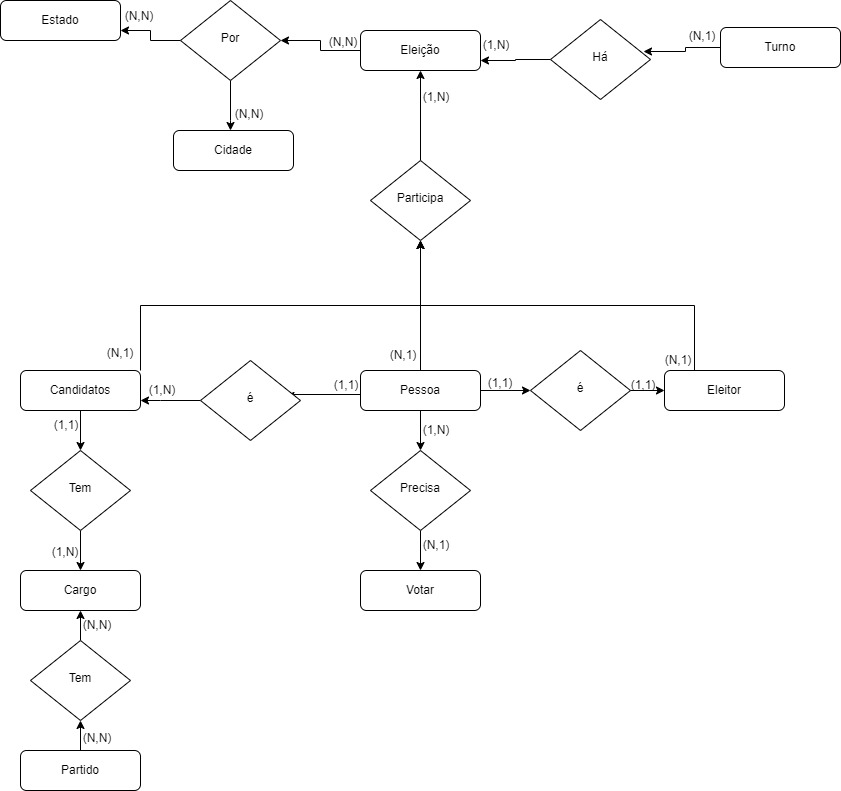
JhayneK/Sistema-Votacao keeps this draw.io diagram as .github/Modelo Conceitual Votação.drawio.png. Above is the earlier version. Source tidied: cells renumbered, new cells last; positions are measured from the earlier drawing's top-left corner, leaving out a move shared by most shapes.
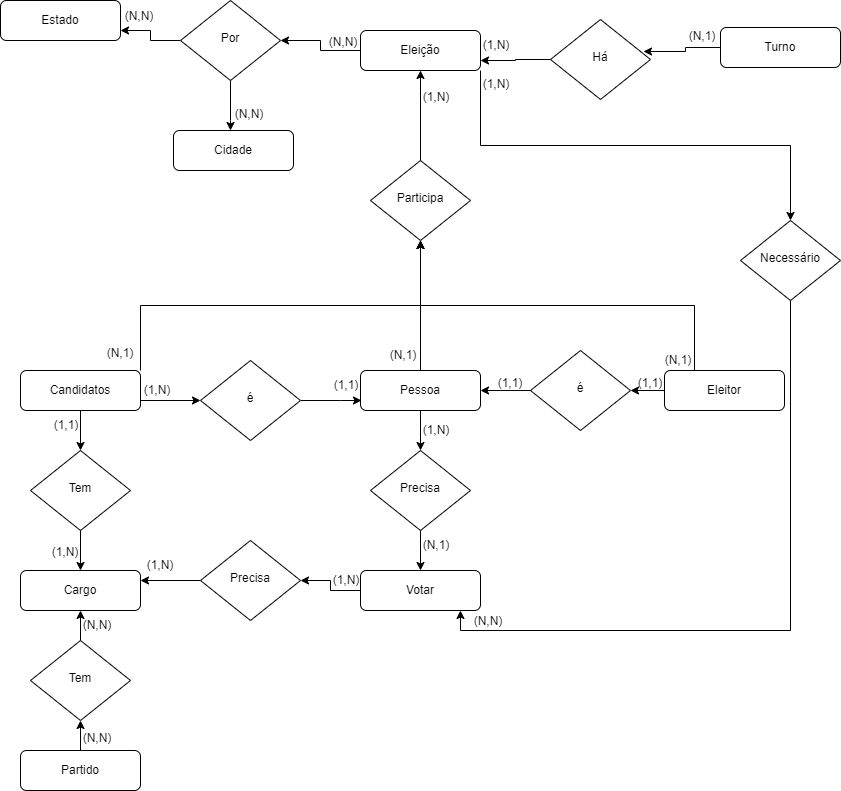
Above is the later version.

What changed in the source:
```diff
@@ -5,17 +5,6 @@
     <mxCell id="2" style="edgeStyle=orthogonalEdgeStyle;rounded=0;jettySize=auto;html=1;exitX=0.5;exitY=1;exitDx=0;exitDy=0;entryX=0.5;entryY=0;entryDx=0;entryDy=0;" parent="1" edge="1" source="6" target="8">
       <mxGeometry relative="1" as="geometry" />
     </mxCell>
-    <mxCell id="3" style="edgeStyle=orthogonalEdgeStyle;rounded=0;jettySize=auto;html=1;exitX=0;exitY=0.5;exitDx=0;exitDy=0;" parent="1" edge="1" source="6">
-      <mxGeometry relative="1" as="geometry">
-        <mxPoint x="290" y="400" as="targetPoint" />
-        <Array as="points">
-          <mxPoint x="360" y="394" />
-        </Array>
-      </mxGeometry>
-    </mxCell>
-    <mxCell id="4" style="edgeStyle=orthogonalEdgeStyle;rounded=0;jettySize=auto;html=1;exitX=1;exitY=0.5;exitDx=0;exitDy=0;" parent="1" edge="1" source="6" target="33">
-      <mxGeometry relative="1" as="geometry" />
-    </mxCell>
     <mxCell id="5" style="edgeStyle=orthogonalEdgeStyle;rounded=0;jettySize=auto;html=1;exitX=0.5;exitY=0;exitDx=0;exitDy=0;" parent="1" edge="1" source="6" target="12">
       <mxGeometry relative="1" as="geometry" />
     </mxCell>
@@ -31,6 +20,9 @@
     <mxCell id="9" style="edgeStyle=orthogonalEdgeStyle;rounded=0;jettySize=auto;html=1;exitX=0.25;exitY=0;exitDx=0;exitDy=0;entryX=0.5;entryY=1;entryDx=0;entryDy=0;" parent="1" edge="1" source="10" target="12">
       <mxGeometry relative="1" as="geometry" />
     </mxCell>
+    <mxCell id="58" style="edgeStyle=orthogonalEdgeStyle;rounded=0;jettySize=auto;html=1;exitX=0;exitY=0.5;exitDx=0;exitDy=0;entryX=1;entryY=0.5;entryDx=0;entryDy=0;" parent="1" edge="1" source="10" target="33">
+      <mxGeometry relative="1" as="geometry" />
+    </mxCell>
     <mxCell id="10" value="Eleitor" style="rounded=1;whiteSpace=wrap;html=1;fontSize=12;glass=0;strokeWidth=1;shadow=0;" parent="1" vertex="1">
       <mxGeometry x="664" y="370" width="120" height="40" as="geometry" />
     </mxCell>
@@ -52,6 +44,9 @@
     <mxCell id="16" style="edgeStyle=orthogonalEdgeStyle;rounded=0;jettySize=auto;html=1;exitX=1;exitY=0;exitDx=0;exitDy=0;" parent="1" edge="1" source="17" target="12">
       <mxGeometry relative="1" as="geometry" />
     </mxCell>
+    <mxCell id="59" style="edgeStyle=orthogonalEdgeStyle;rounded=0;jettySize=auto;html=1;exitX=1;exitY=0.75;exitDx=0;exitDy=0;" parent="1" edge="1" source="17" target="29">
+      <mxGeometry relative="1" as="geometry" />
+    </mxCell>
     <mxCell id="17" value="Candidatos" style="rounded=1;whiteSpace=wrap;html=1;fontSize=12;glass=0;strokeWidth=1;shadow=0;" parent="1" vertex="1">
       <mxGeometry x="20" y="370" width="120" height="40" as="geometry" />
     </mxCell>
@@ -64,9 +59,15 @@
     <mxCell id="20" style="edgeStyle=orthogonalEdgeStyle;rounded=0;jettySize=auto;html=1;exitX=0;exitY=0.5;exitDx=0;exitDy=0;entryX=1;entryY=0.5;entryDx=0;entryDy=0;" parent="1" edge="1" source="21" target="50">
       <mxGeometry relative="1" as="geometry" />
     </mxCell>
+    <mxCell id="60" style="edgeStyle=orthogonalEdgeStyle;rounded=0;jettySize=auto;html=1;exitX=1;exitY=1;exitDx=0;exitDy=0;entryX=0.5;entryY=0;entryDx=0;entryDy=0;" parent="1" edge="1" source="21" target="65">
+      <mxGeometry relative="1" as="geometry" />
+    </mxCell>
     <mxCell id="21" value="Eleição" style="rounded=1;whiteSpace=wrap;html=1;fontSize=12;glass=0;strokeWidth=1;shadow=0;" parent="1" vertex="1">
       <mxGeometry x="360" y="30" width="120" height="40" as="geometry" />
     </mxCell>
+    <mxCell id="61" style="edgeStyle=orthogonalEdgeStyle;rounded=0;jettySize=auto;html=1;exitX=0;exitY=0.5;exitDx=0;exitDy=0;entryX=1;entryY=0.5;entryDx=0;entryDy=0;" parent="1" edge="1" source="22" target="69">
+      <mxGeometry relative="1" as="geometry" />
+    </mxCell>
     <mxCell id="22" value="Votar" style="rounded=1;whiteSpace=wrap;html=1;fontSize=12;glass=0;strokeWidth=1;shadow=0;" parent="1" vertex="1">
       <mxGeometry x="360" y="570" width="120" height="40" as="geometry" />
     </mxCell>
@@ -85,14 +86,14 @@
     <mxCell id="27" value="(N,1)" style="text;html=1;strokeColor=none;fillColor=none;align=center;verticalAlign=middle;whiteSpace=wrap;rounded=0;" parent="1" vertex="1">
       <mxGeometry x="406" y="530" width="60" height="30" as="geometry" />
     </mxCell>
-    <mxCell id="28" style="edgeStyle=orthogonalEdgeStyle;rounded=0;jettySize=auto;html=1;exitX=0;exitY=0.5;exitDx=0;exitDy=0;" parent="1" edge="1" source="29" target="17">
-      <mxGeometry relative="1" as="geometry">
-        <Array as="points">
-          <mxPoint x="160" y="400" />
-          <mxPoint x="160" y="400" />
-        </Array>
-      </mxGeometry>
-    </mxCell>
+    <mxCell id="62" style="edgeStyle=orthogonalEdgeStyle;rounded=0;jettySize=auto;html=1;exitX=1;exitY=0.5;exitDx=0;exitDy=0;entryX=0.75;entryY=1;entryDx=0;entryDy=0;" parent="1" edge="1" source="29" target="30">
+      <mxGeometry relative="1" as="geometry">
+        <Array as="points">
+          <mxPoint x="340" y="400" />
+          <mxPoint x="340" y="400" />
+        </Array>
+      </mxGeometry>
+    </mxCell>
     <mxCell id="29" value="é" style="rhombus;whiteSpace=wrap;html=1;shadow=0;fontFamily=Helvetica;fontSize=12;align=center;strokeWidth=1;spacing=6;spacingTop=-4;" parent="1" vertex="1">
       <mxGeometry x="200" y="360" width="100" height="80" as="geometry" />
     </mxCell>
@@ -100,19 +101,19 @@
       <mxGeometry x="316" y="370" width="60" height="30" as="geometry" />
     </mxCell>
     <mxCell id="31" value="(1,N)" style="text;html=1;strokeColor=none;fillColor=none;align=center;verticalAlign=middle;whiteSpace=wrap;rounded=0;" parent="1" vertex="1">
-      <mxGeometry x="132" y="375" width="60" height="30" as="geometry" />
+      <mxGeometry x="127" y="375" width="60" height="30" as="geometry" />
     </mxCell>
-    <mxCell id="32" style="edgeStyle=orthogonalEdgeStyle;rounded=0;jettySize=auto;html=1;exitX=1;exitY=0.5;exitDx=0;exitDy=0;entryX=0;entryY=0.5;entryDx=0;entryDy=0;" parent="1" edge="1" source="33" target="10">
-      <mxGeometry relative="1" as="geometry" />
-    </mxCell>
+    <mxCell id="63" style="edgeStyle=orthogonalEdgeStyle;rounded=0;jettySize=auto;html=1;exitX=0;exitY=0.5;exitDx=0;exitDy=0;entryX=1;entryY=0.5;entryDx=0;entryDy=0;" parent="1" edge="1" source="33" target="6">
+      <mxGeometry relative="1" as="geometry" />
+    </mxCell>
     <mxCell id="33" value="é" style="rhombus;whiteSpace=wrap;html=1;shadow=0;fontFamily=Helvetica;fontSize=12;align=center;strokeWidth=1;spacing=6;spacingTop=-4;" parent="1" vertex="1">
       <mxGeometry x="530" y="350" width="100" height="80" as="geometry" />
     </mxCell>
     <mxCell id="34" value="(1,1)" style="text;html=1;strokeColor=none;fillColor=none;align=center;verticalAlign=middle;whiteSpace=wrap;rounded=0;" parent="1" vertex="1">
-      <mxGeometry x="613" y="370" width="60" height="30" as="geometry" />
+      <mxGeometry x="620" y="368" width="60" height="30" as="geometry" />
     </mxCell>
     <mxCell id="35" value="(1,1)" style="text;html=1;strokeColor=none;fillColor=none;align=center;verticalAlign=middle;whiteSpace=wrap;rounded=0;" parent="1" vertex="1">
-      <mxGeometry x="470" y="368" width="60" height="30" as="geometry" />
+      <mxGeometry x="480" y="368" width="60" height="30" as="geometry" />
     </mxCell>
     <mxCell id="36" style="edgeStyle=orthogonalEdgeStyle;rounded=0;jettySize=auto;html=1;exitX=0.5;exitY=1;exitDx=0;exitDy=0;entryX=0.5;entryY=0;entryDx=0;entryDy=0;" parent="1" edge="1" source="37" target="25">
       <mxGeometry relative="1" as="geometry" />
@@ -185,5 +186,29 @@
     <mxCell id="57" value="(1,N)" style="text;html=1;strokeColor=none;fillColor=none;align=center;verticalAlign=middle;whiteSpace=wrap;rounded=0;" parent="1" vertex="1">
       <mxGeometry x="466" y="30" width="60" height="30" as="geometry" />
     </mxCell>
+    <mxCell id="64" style="edgeStyle=orthogonalEdgeStyle;rounded=0;jettySize=auto;html=1;exitX=0.5;exitY=1;exitDx=0;exitDy=0;entryX=0.833;entryY=1;entryDx=0;entryDy=0;entryPerimeter=0;" parent="1" edge="1" source="65" target="22">
+      <mxGeometry relative="1" as="geometry" />
+    </mxCell>
+    <mxCell id="65" value="Necessário" style="rhombus;whiteSpace=wrap;html=1;shadow=0;fontFamily=Helvetica;fontSize=12;align=center;strokeWidth=1;spacing=6;spacingTop=-4;" parent="1" vertex="1">
+      <mxGeometry x="740" y="220" width="100" height="80" as="geometry" />
+    </mxCell>
+    <mxCell id="66" value="(1,N)" style="text;html=1;strokeColor=none;fillColor=none;align=center;verticalAlign=middle;whiteSpace=wrap;rounded=0;" parent="1" vertex="1">
+      <mxGeometry x="466" y="69" width="60" height="30" as="geometry" />
+    </mxCell>
+    <mxCell id="67" value="(N,N)" style="text;html=1;strokeColor=none;fillColor=none;align=center;verticalAlign=middle;whiteSpace=wrap;rounded=0;" parent="1" vertex="1">
+      <mxGeometry x="458" y="606" width="60" height="30" as="geometry" />
+    </mxCell>
+    <mxCell id="68" style="edgeStyle=orthogonalEdgeStyle;rounded=0;jettySize=auto;html=1;exitX=0;exitY=0.5;exitDx=0;exitDy=0;entryX=1;entryY=0.25;entryDx=0;entryDy=0;" parent="1" edge="1" source="69" target="25">
+      <mxGeometry relative="1" as="geometry" />
+    </mxCell>
+    <mxCell id="69" value="Precisa" style="rhombus;whiteSpace=wrap;html=1;shadow=0;fontFamily=Helvetica;fontSize=12;align=center;strokeWidth=1;spacing=6;spacingTop=-4;" parent="1" vertex="1">
+      <mxGeometry x="200" y="540" width="100" height="80" as="geometry" />
+    </mxCell>
+    <mxCell id="70" value="(1,N)" style="text;html=1;strokeColor=none;fillColor=none;align=center;verticalAlign=middle;whiteSpace=wrap;rounded=0;" parent="1" vertex="1">
+      <mxGeometry x="316" y="565" width="60" height="30" as="geometry" />
+    </mxCell>
+    <mxCell id="71" value="(1,N)" style="text;html=1;strokeColor=none;fillColor=none;align=center;verticalAlign=middle;whiteSpace=wrap;rounded=0;" parent="1" vertex="1">
+      <mxGeometry x="130" y="550" width="60" height="30" as="geometry" />
+    </mxCell>
   </root>
 </mxGraphModel>
```
